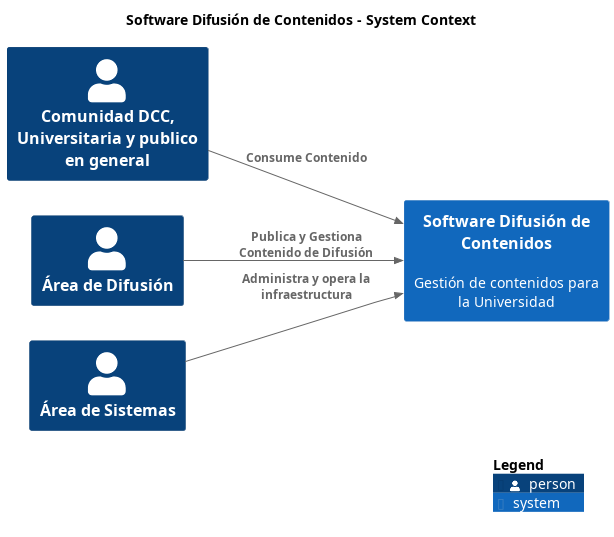
nbrx/c4-dcc-arq keeps this PlantUML diagram as build/site/master/png/SystemContext-001.png. Above is the earlier version. Source of this version:
```plantuml
@startuml
set separator none
title Software Difusión de Contenidos - System Context

left to right direction

!include <C4/C4>
!include <C4/C4_Context>

Person(ComunidadDCCUniversitariaypublicoengeneral, "Comunidad DCC, Universitaria y publico en general", "", $tags="")
Person(ÁreadeDifusión, "Área de Difusión", "", $tags="")
Person(ÁreadeSistemas, "Área de Sistemas", "", $tags="")
System(SoftwareDifusióndeContenidos, "Software Difusión de Contenidos", "Gestión de contenidos para la Universidad", $tags="")

Rel_D(ÁreadeDifusión, SoftwareDifusióndeContenidos, "Publica y Gestiona Contenido de Difusión", $tags="")
Rel_D(ÁreadeSistemas, SoftwareDifusióndeContenidos, "Administra y opera la infraestructura", $tags="")
Rel_D(ComunidadDCCUniversitariaypublicoengeneral, SoftwareDifusióndeContenidos, "Consume Contenido", $tags="")

SHOW_LEGEND(true)
@enduml
```
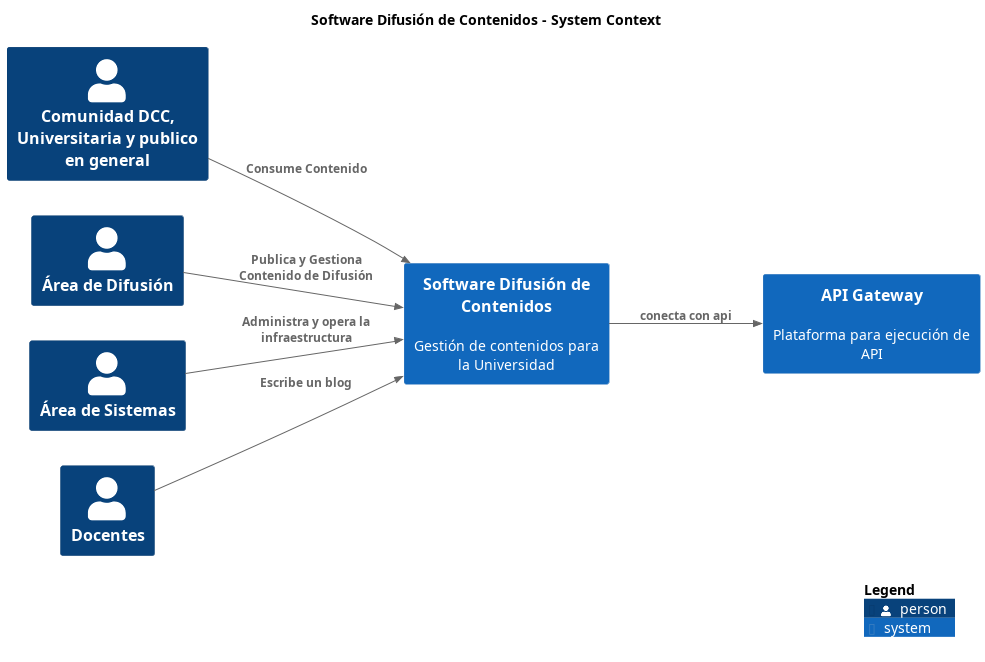
Later version of the same file.

Change to the diagram source:
```diff
@@ -10,11 +10,15 @@
 Person(ComunidadDCCUniversitariaypublicoengeneral, "Comunidad DCC, Universitaria y publico en general", "", $tags="")
 Person(ÁreadeDifusión, "Área de Difusión", "", $tags="")
 Person(ÁreadeSistemas, "Área de Sistemas", "", $tags="")
+Person(Docentes, "Docentes", "", $tags="")
+System(APIGateway, "API Gateway", "Plataforma para ejecución de API", $tags="")
 System(SoftwareDifusióndeContenidos, "Software Difusión de Contenidos", "Gestión de contenidos para la Universidad", $tags="")
 
+Rel_D(ComunidadDCCUniversitariaypublicoengeneral, SoftwareDifusióndeContenidos, "Consume Contenido", $tags="")
+Rel_D(Docentes, SoftwareDifusióndeContenidos, "Escribe un blog", $tags="")
 Rel_D(ÁreadeDifusión, SoftwareDifusióndeContenidos, "Publica y Gestiona Contenido de Difusión", $tags="")
 Rel_D(ÁreadeSistemas, SoftwareDifusióndeContenidos, "Administra y opera la infraestructura", $tags="")
-Rel_D(ComunidadDCCUniversitariaypublicoengeneral, SoftwareDifusióndeContenidos, "Consume Contenido", $tags="")
+Rel_D(SoftwareDifusióndeContenidos, APIGateway, "conecta con api", $tags="")
 
 SHOW_LEGEND(true)
 @enduml
```
